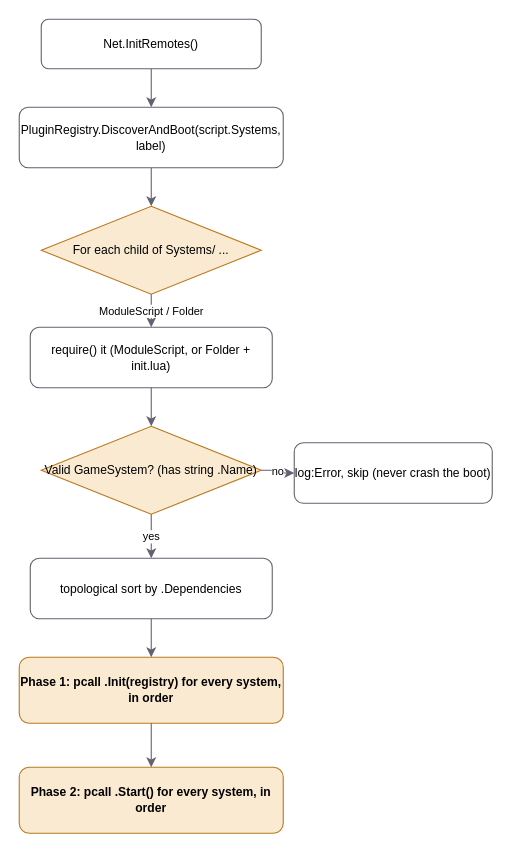
Earlier version of the draw.io diagram page "02 Loose Coupling" (3 of 14) of docs/diagrams/drawio/jatinangor-architecture.drawio (GIMxKAT/Jatinangor-Paradox). Source tidied: cells renumbered, new cells numbered last; positions are measured from the earlier drawing's top-left corner, leaving out a move shared by most shapes. Both pictures are drawn from the tidied source at 110%, with x=0, y=0 at pixel (19, 19).
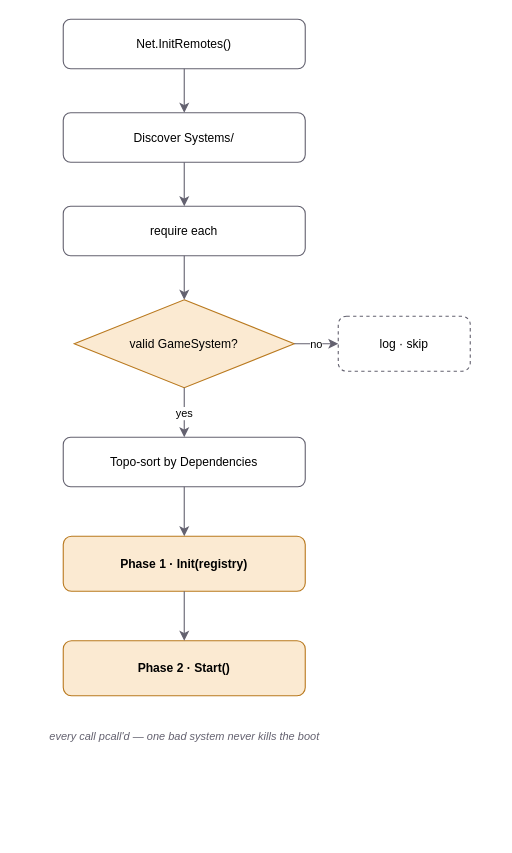
After the change.

The edit, as a diff of the source:
```diff
@@
 <mxGraphModel>
   <root>
     <mxCell id="0" />
     <mxCell id="1" parent="0" />
     <mxCell id="2" value="Net.InitRemotes()" style="rounded=1;whiteSpace=wrap;html=1;fillColor=#FFFFFF;strokeColor=#63616F;fontSize=11;" parent="1" vertex="1">
-      <mxGeometry x="20" width="200" height="45" as="geometry" />
+      <mxGeometry x="40" width="220" height="45" as="geometry" />
     </mxCell>
-    <mxCell id="3" value="PluginRegistry.DiscoverAndBoot(script.Systems, label)" style="rounded=1;whiteSpace=wrap;html=1;fillColor=#FFFFFF;strokeColor=#63616F;fontSize=11;" parent="1" vertex="1">
-      <mxGeometry y="80" width="240" height="55" as="geometry" />
+    <mxCell id="3" value="Discover Systems/" style="rounded=1;whiteSpace=wrap;html=1;fillColor=#FFFFFF;strokeColor=#63616F;fontSize=11;" parent="1" vertex="1">
+      <mxGeometry x="40" y="85" width="220" height="45" as="geometry" />
     </mxCell>
-    <mxCell id="4" value="For each child of Systems/ ..." style="rhombus;whiteSpace=wrap;html=1;fillColor=#FBEAD2;strokeColor=#B9791E;fontSize=11;" parent="1" vertex="1">
-      <mxGeometry x="20" y="170" width="200" height="80" as="geometry" />
+    <mxCell id="4" value="require each" style="rounded=1;whiteSpace=wrap;html=1;fillColor=#FFFFFF;strokeColor=#63616F;fontSize=11;" parent="1" vertex="1">
+      <mxGeometry x="40" y="170" width="220" height="45" as="geometry" />
     </mxCell>
-    <mxCell id="5" value="require() it (ModuleScript, or Folder + init.lua)" style="rounded=1;whiteSpace=wrap;html=1;fillColor=#FFFFFF;strokeColor=#63616F;fontSize=11;" parent="1" vertex="1">
-      <mxGeometry x="10" y="280" width="220" height="55" as="geometry" />
+    <mxCell id="5" value="valid GameSystem?" style="rhombus;whiteSpace=wrap;html=1;fillColor=#FBEAD2;strokeColor=#B9791E;fontSize=11;" parent="1" vertex="1">
+      <mxGeometry x="50" y="255" width="200" height="80" as="geometry" />
     </mxCell>
-    <mxCell id="6" value="Valid GameSystem? (has string .Name)" style="rhombus;whiteSpace=wrap;html=1;fillColor=#FBEAD2;strokeColor=#B9791E;fontSize=11;" parent="1" vertex="1">
-      <mxGeometry x="20" y="370" width="200" height="80" as="geometry" />
+    <mxCell id="6" value="log · skip" style="rounded=1;whiteSpace=wrap;html=1;fillColor=#FFFFFF;strokeColor=#63616F;fontSize=11;dashed=1;" parent="1" vertex="1">
+      <mxGeometry x="290" y="270" width="120" height="50" as="geometry" />
     </mxCell>
-    <mxCell id="7" value="log:Error, skip (never crash the boot)" style="rounded=1;whiteSpace=wrap;html=1;fillColor=#FFFFFF;strokeColor=#63616F;fontSize=11;" parent="1" vertex="1">
-      <mxGeometry x="250" y="385" width="180" height="55" as="geometry" />
+    <mxCell id="7" value="Topo-sort by Dependencies" style="rounded=1;whiteSpace=wrap;html=1;fillColor=#FFFFFF;strokeColor=#63616F;fontSize=11;" parent="1" vertex="1">
+      <mxGeometry x="40" y="380" width="220" height="45" as="geometry" />
     </mxCell>
-    <mxCell id="8" value="topological sort by .Dependencies" style="rounded=1;whiteSpace=wrap;html=1;fillColor=#FFFFFF;strokeColor=#63616F;fontSize=11;" parent="1" vertex="1">
-      <mxGeometry x="10" y="490" width="220" height="55" as="geometry" />
+    <mxCell id="8" value="Phase 1 · Init(registry)" style="rounded=1;whiteSpace=wrap;html=1;fillColor=#FBEAD2;strokeColor=#B9791E;fontSize=11;fontStyle=1;" parent="1" vertex="1">
+      <mxGeometry x="40" y="470" width="220" height="50" as="geometry" />
     </mxCell>
-    <mxCell id="9" value="Phase 1: pcall .Init(registry) for every system, in order" style="rounded=1;whiteSpace=wrap;html=1;fillColor=#FBEAD2;strokeColor=#B9791E;fontSize=11;fontStyle=1;" parent="1" vertex="1">
-      <mxGeometry y="580" width="240" height="60" as="geometry" />
+    <mxCell id="9" value="Phase 2 · Start()" style="rounded=1;whiteSpace=wrap;html=1;fillColor=#FBEAD2;strokeColor=#B9791E;fontSize=11;fontStyle=1;" parent="1" vertex="1">
+      <mxGeometry x="40" y="565" width="220" height="50" as="geometry" />
     </mxCell>
-    <mxCell id="10" value="Phase 2: pcall .Start() for every system, in order" style="rounded=1;whiteSpace=wrap;html=1;fillColor=#FBEAD2;strokeColor=#B9791E;fontSize=11;fontStyle=1;" parent="1" vertex="1">
-      <mxGeometry y="680" width="240" height="60" as="geometry" />
-    </mxCell>
+    <mxCell id="19" value="every call pcall'd — one bad system never kills the boot" style="text;html=1;align=center;fontSize=10;fontStyle=2;fontColor=#63616F;" parent="1" vertex="1">
+      <mxGeometry y="640" width="300" height="30" as="geometry" />
+    </mxCell>
-    <mxCell id="11" style="edgeStyle=orthogonalEdgeStyle;html=1;fontSize=10;strokeColor=#63616F;" parent="1" edge="1" source="2" target="3">
+    <mxCell id="11" style="edgeStyle=orthogonalEdgeStyle;html=1;strokeColor=#63616F;" parent="1" edge="1" source="2" target="3">
       <mxGeometry relative="1" as="geometry" />
     </mxCell>
-    <mxCell id="12" style="edgeStyle=orthogonalEdgeStyle;html=1;fontSize=10;strokeColor=#63616F;" parent="1" edge="1" source="3" target="4">
+    <mxCell id="12" style="edgeStyle=orthogonalEdgeStyle;html=1;strokeColor=#63616F;" parent="1" edge="1" source="3" target="4">
       <mxGeometry relative="1" as="geometry" />
     </mxCell>
-    <mxCell id="13" value="ModuleScript / Folder" style="edgeStyle=orthogonalEdgeStyle;html=1;fontSize=10;strokeColor=#63616F;" parent="1" edge="1" source="4" target="5">
+    <mxCell id="13" style="edgeStyle=orthogonalEdgeStyle;html=1;strokeColor=#63616F;" parent="1" edge="1" source="4" target="5">
       <mxGeometry relative="1" as="geometry" />
     </mxCell>
-    <mxCell id="14" style="edgeStyle=orthogonalEdgeStyle;html=1;fontSize=10;strokeColor=#63616F;" parent="1" edge="1" source="5" target="6">
+    <mxCell id="14" value="no" style="edgeStyle=orthogonalEdgeStyle;html=1;fontSize=10;strokeColor=#63616F;" parent="1" edge="1" source="5" target="6">
       <mxGeometry relative="1" as="geometry" />
     </mxCell>
-    <mxCell id="15" value="no" style="edgeStyle=orthogonalEdgeStyle;html=1;fontSize=10;strokeColor=#63616F;" parent="1" edge="1" source="6" target="7">
+    <mxCell id="15" value="yes" style="edgeStyle=orthogonalEdgeStyle;html=1;fontSize=10;strokeColor=#63616F;" parent="1" edge="1" source="5" target="7">
       <mxGeometry relative="1" as="geometry" />
     </mxCell>
-    <mxCell id="16" value="yes" style="edgeStyle=orthogonalEdgeStyle;html=1;fontSize=10;strokeColor=#63616F;" parent="1" edge="1" source="6" target="8">
+    <mxCell id="16" style="edgeStyle=orthogonalEdgeStyle;html=1;strokeColor=#63616F;" parent="1" edge="1" source="7" target="8">
       <mxGeometry relative="1" as="geometry" />
     </mxCell>
-    <mxCell id="17" style="edgeStyle=orthogonalEdgeStyle;html=1;fontSize=10;strokeColor=#63616F;" parent="1" edge="1" source="8" target="9">
+    <mxCell id="17" style="edgeStyle=orthogonalEdgeStyle;html=1;strokeColor=#63616F;" parent="1" edge="1" source="8" target="9">
       <mxGeometry relative="1" as="geometry" />
     </mxCell>
-    <mxCell id="18" style="edgeStyle=orthogonalEdgeStyle;html=1;fontSize=10;strokeColor=#63616F;" parent="1" edge="1" source="9" target="10">
-      <mxGeometry relative="1" as="geometry" />
-    </mxCell>
   </root>
 </mxGraphModel>
```
